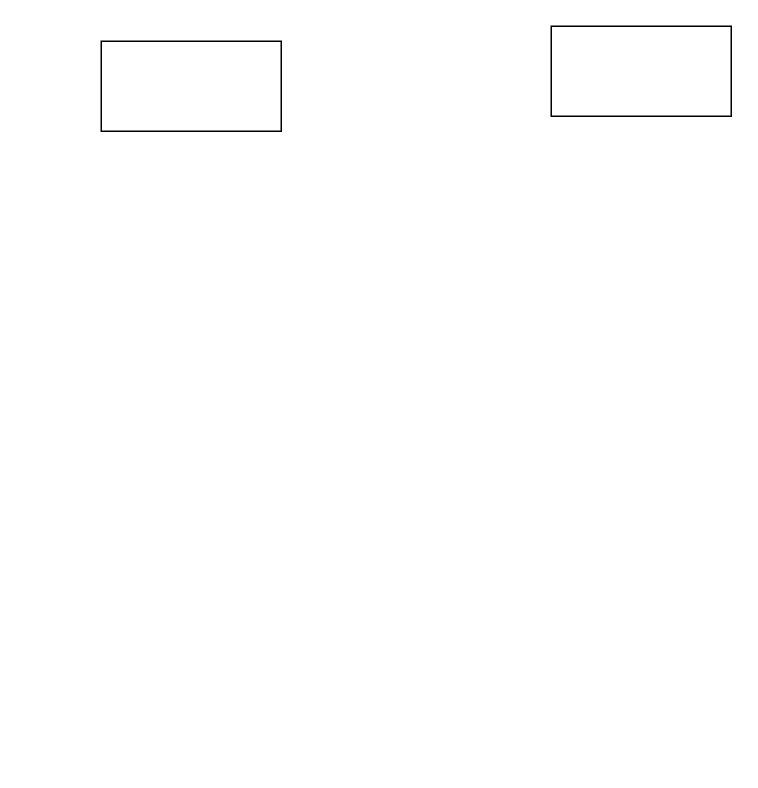
The draw.io diagram 未命名绘图.drawio in fishercore/drawio, before the edit. Source tidied: cells renumbered, new cells numbered last; positions are measured from the earlier drawing's top-left corner, leaving out a move shared by most shapes. Both pictures are drawn from the tidied source at 150%, with x=0, y=0 at pixel (100, 26).
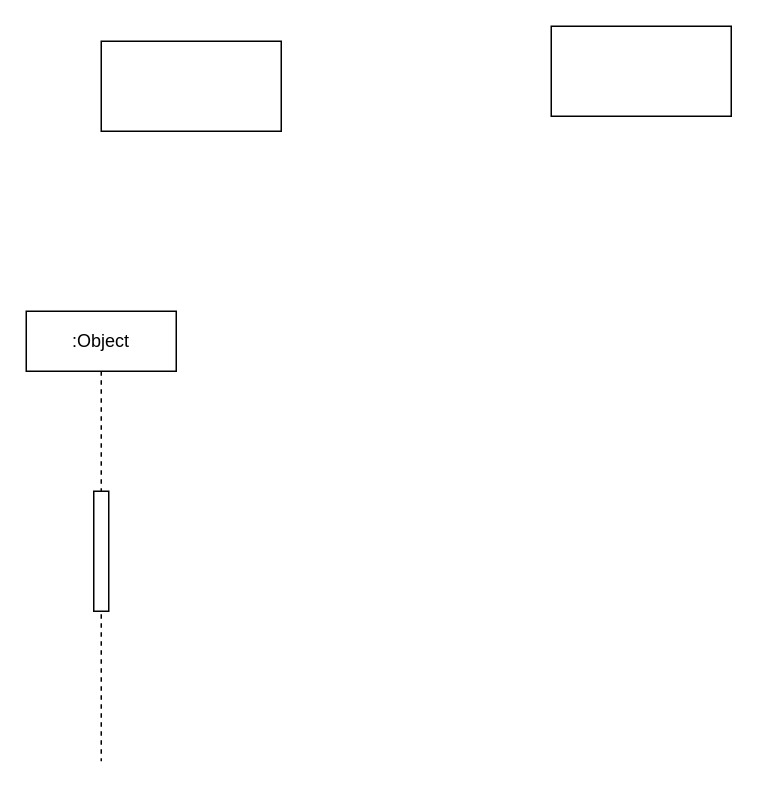
The same page after the edit.

Commit message:
更新未命名绘图.drawio

What changed in the source:
```diff
@@
 <mxGraphModel>
   <root>
     <mxCell id="0" />
     <mxCell id="1" parent="0" />
     <mxCell id="2" style="rounded=0;whiteSpace=wrap;html=1;" parent="1" vertex="1">
       <mxGeometry y="10" width="120" height="60" as="geometry" />
     </mxCell>
     <mxCell id="3" style="rounded=0;whiteSpace=wrap;html=1;" parent="1" vertex="1">
       <mxGeometry x="300" width="120" height="60" as="geometry" />
     </mxCell>
+    <mxCell id="4" value=":Object" style="shape=umlLifeline;perimeter=lifelinePerimeter;whiteSpace=wrap;html=1;newEdgeStyle={&quot;edgeStyle&quot;:&quot;elbowEdgeStyle&quot;,&quot;elbow&quot;:&quot;vertical&quot;,&quot;curved&quot;:0,&quot;rounded&quot;:0};" parent="1" vertex="1">
+      <mxGeometry x="-50" y="190" width="100" height="300" as="geometry" />
+    </mxCell>
+    <mxCell id="5" style="html=1;perimeter=orthogonalPerimeter;targetShapes=umlLifeline;newEdgeStyle={&quot;edgeStyle&quot;:&quot;elbowEdgeStyle&quot;,&quot;elbow&quot;:&quot;vertical&quot;,&quot;curved&quot;:0,&quot;rounded&quot;:0};" parent="4" vertex="1">
+      <mxGeometry x="45" y="120" width="10" height="80" as="geometry" />
+    </mxCell>
   </root>
 </mxGraphModel>
```
